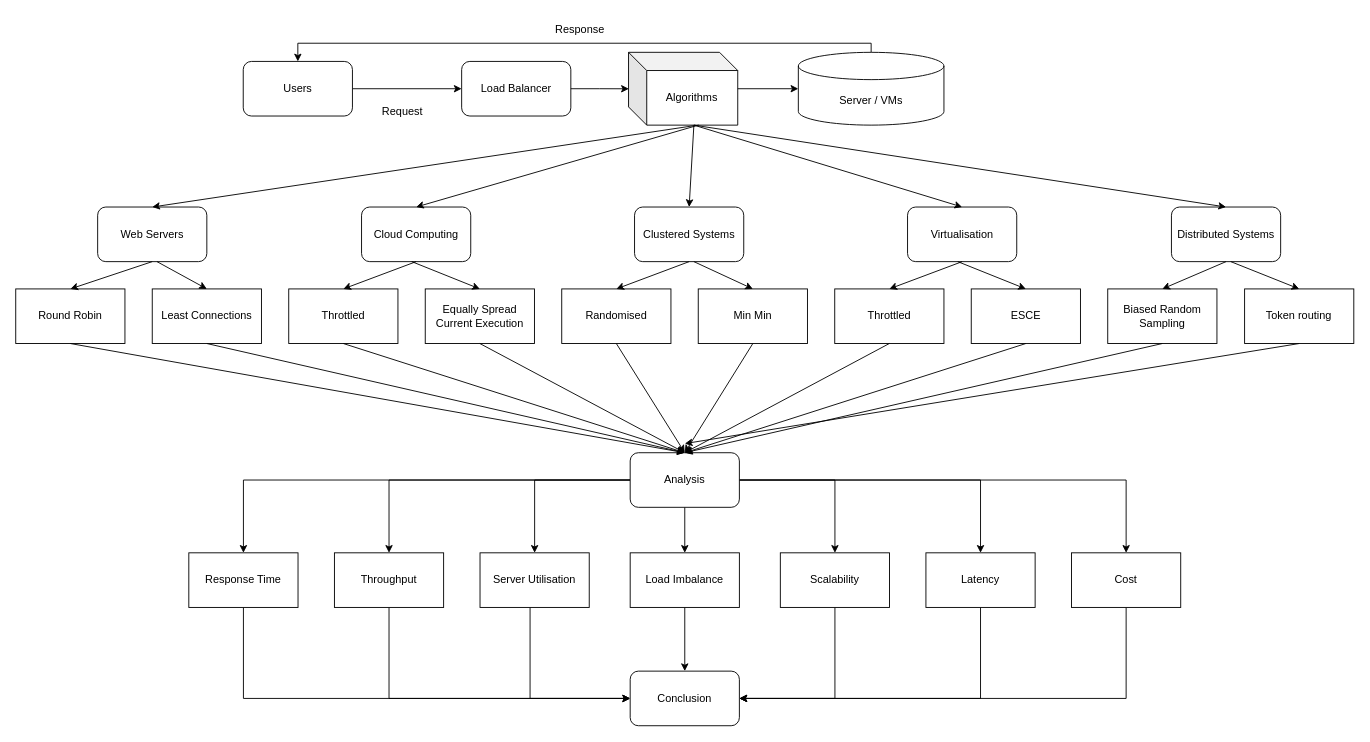
This is Untitled Diagram.drawio from illuminatryX/DAA-load-balancing, a draw.io file, before an edit. Source tidied: cells renumbered, new cells numbered last; positions are measured from the earlier drawing's top-left corner, leaving out a move shared by most shapes. Both pictures are drawn from the tidied source at 91%, with x=0, y=0 at pixel (15, 15).
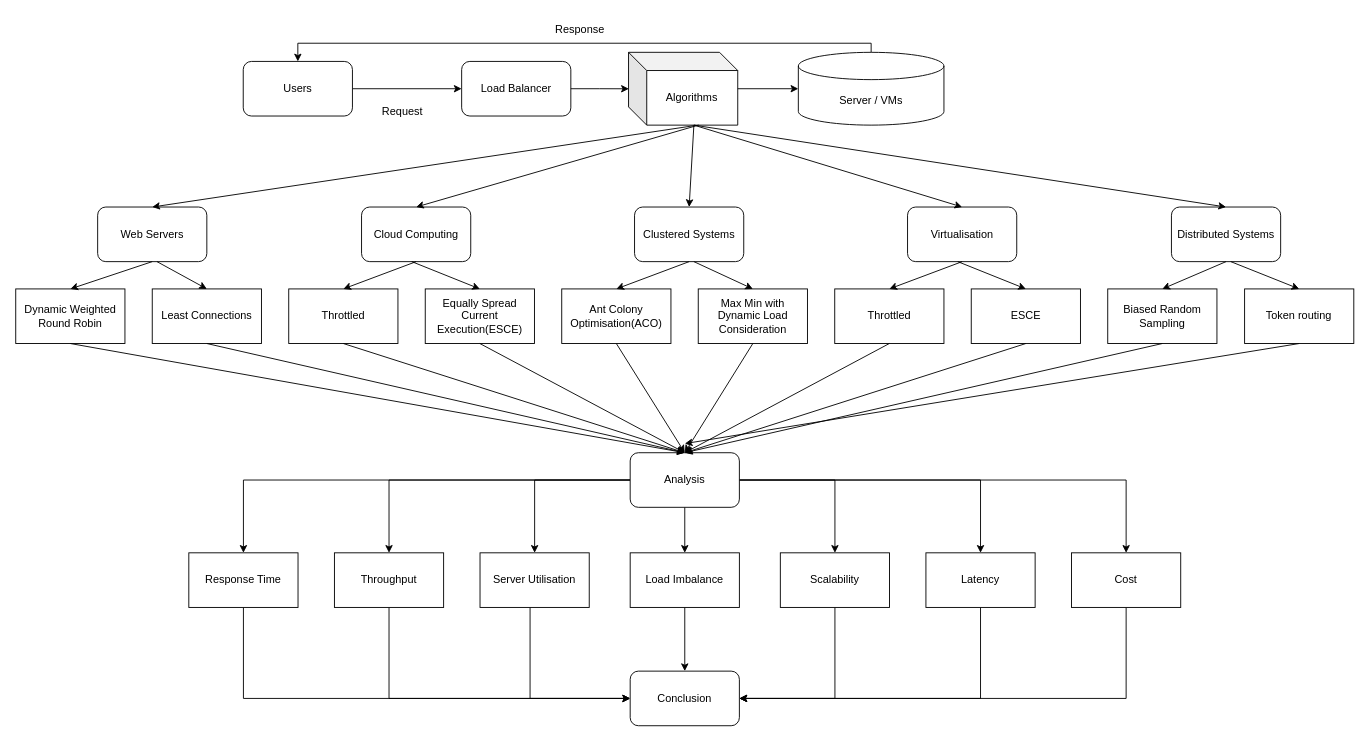
After the change.

The edit, as a diff of the source:
```diff
@@
-    <mxCell id="37" value="Round Robin" style="rounded=0;whiteSpace=wrap;html=1;" parent="1" vertex="1">
+    <mxCell id="37" value="Dynamic Weighted Round Robin" style="rounded=0;whiteSpace=wrap;html=1;" parent="1" vertex="1">
       <mxGeometry x="-0.2" y="300" width="120" height="60" as="geometry" />
     </mxCell>
@@
-    <mxCell id="40" value="Equally Spread Current Execution" style="rounded=0;whiteSpace=wrap;html=1;" parent="1" vertex="1">
+    <mxCell id="40" value="Equally Spread Current Execution(ESCE)" style="rounded=0;whiteSpace=wrap;html=1;" parent="1" vertex="1">
       <mxGeometry x="449.8" y="300" width="120" height="60" as="geometry" />
     </mxCell>
@@
-    <mxCell id="42" value="Randomised" style="rounded=0;whiteSpace=wrap;html=1;" parent="1" vertex="1">
+    <mxCell id="42" value="Ant Colony Optimisation(ACO)" style="rounded=0;whiteSpace=wrap;html=1;" parent="1" vertex="1">
       <mxGeometry x="599.8" y="300" width="120" height="60" as="geometry" />
     </mxCell>
-    <mxCell id="43" value="Min Min" style="rounded=0;whiteSpace=wrap;html=1;" parent="1" vertex="1">
+    <mxCell id="43" value="Max Min with Dynamic Load Consideration" style="rounded=0;whiteSpace=wrap;html=1;" parent="1" vertex="1">
       <mxGeometry x="749.8" y="300" width="120" height="60" as="geometry" />
     </mxCell>
```
